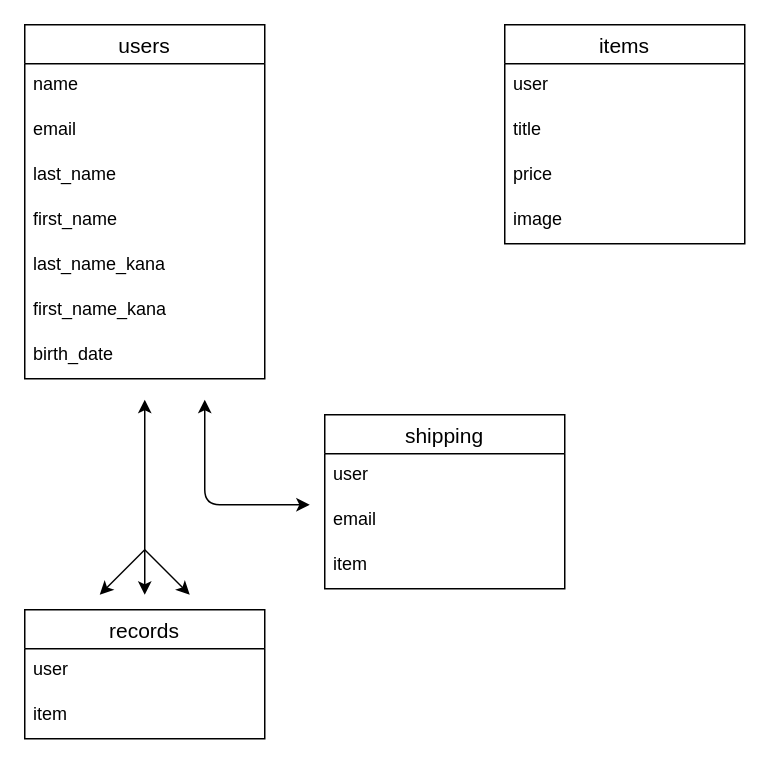
toshikatsu1201/furima-41659 keeps this draw.io diagram as furima.dio. Above is the earlier version. Source tidied: cells renumbered, new cells numbered last; positions are measured from the earlier drawing's top-left corner, leaving out a move shared by most shapes. Both pictures are drawn from the tidied source at 150%, with x=0, y=0 at pixel (24, 24).
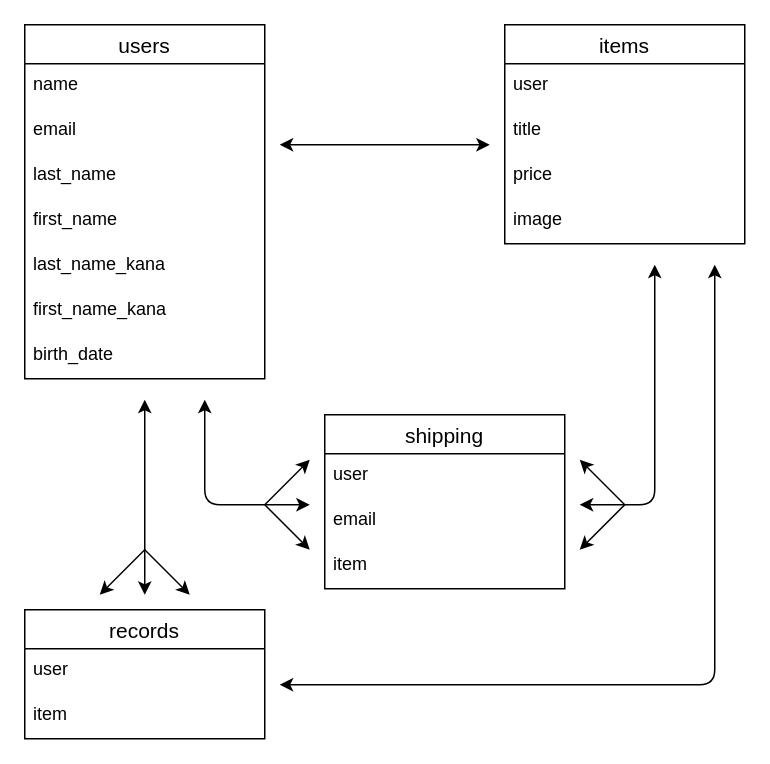
Above is the later version.

Diff of the diagram source:
```diff
@@
+    <mxCell id="26" style="endArrow=classic;html=1;" parent="1" edge="1">
+      <mxGeometry relative="1" as="geometry">
+        <mxPoint x="160" y="320" as="sourcePoint" />
+        <mxPoint x="190" y="290" as="targetPoint" />
+      </mxGeometry>
+    </mxCell>
+    <mxCell id="27" style="endArrow=classic;html=1;" parent="1" edge="1">
+      <mxGeometry relative="1" as="geometry">
+        <mxPoint x="160" y="320" as="sourcePoint" />
+        <mxPoint x="190" y="350" as="targetPoint" />
+      </mxGeometry>
+    </mxCell>
+    <mxCell id="28" style="endArrow=classic;startArrow=classic;html=1;" parent="1" edge="1">
+      <mxGeometry relative="1" as="geometry">
+        <mxPoint x="310" y="80" as="sourcePoint" />
+        <mxPoint x="170" y="80" as="targetPoint" />
+      </mxGeometry>
+    </mxCell>
+    <mxCell id="29" style="endArrow=classic;startArrow=classic;html=1;" parent="1" edge="1">
+      <mxGeometry relative="1" as="geometry">
+        <mxPoint x="370" y="320" as="sourcePoint" />
+        <mxPoint x="420" y="160" as="targetPoint" />
+        <Array as="points">
+          <mxPoint x="420" y="320" />
+        </Array>
+      </mxGeometry>
+    </mxCell>
+    <mxCell id="30" style="endArrow=classic;html=1;" parent="1" edge="1">
+      <mxGeometry relative="1" as="geometry">
+        <mxPoint x="400" y="320" as="sourcePoint" />
+        <mxPoint x="370" y="290" as="targetPoint" />
+      </mxGeometry>
+    </mxCell>
+    <mxCell id="31" style="endArrow=classic;html=1;" parent="1" edge="1">
+      <mxGeometry relative="1" as="geometry">
+        <mxPoint x="400" y="320" as="sourcePoint" />
+        <mxPoint x="370" y="350" as="targetPoint" />
+      </mxGeometry>
+    </mxCell>
+    <mxCell id="32" style="endArrow=classic;startArrow=classic;html=1;" parent="1" edge="1">
+      <mxGeometry relative="1" as="geometry">
+        <mxPoint x="170" y="440" as="sourcePoint" />
+        <mxPoint x="460" y="160" as="targetPoint" />
+        <Array as="points">
+          <mxPoint x="460" y="440" />
+        </Array>
+      </mxGeometry>
+    </mxCell>
```
